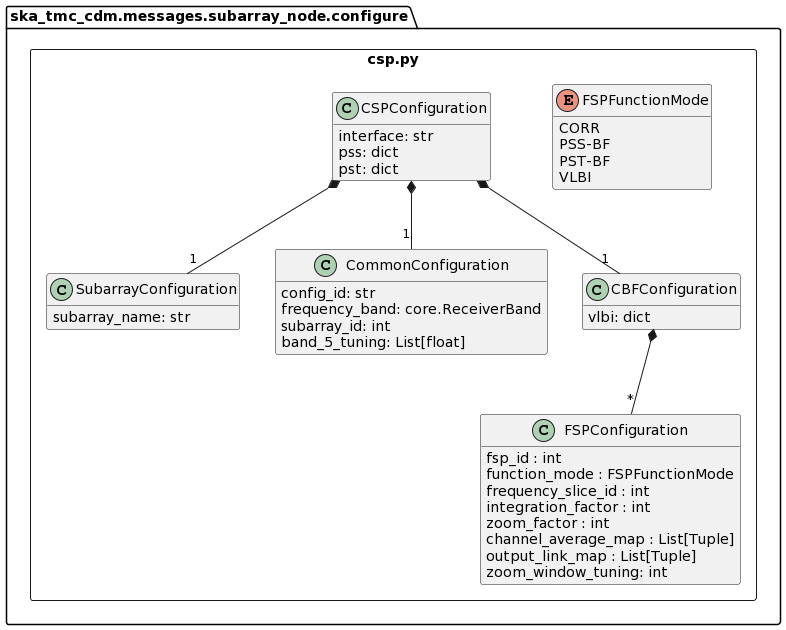
This is docs/src/developer/subarraynode/csp.png from ska-telescope/cdm-shared-library, a PlantUML export, as it was before one commit.
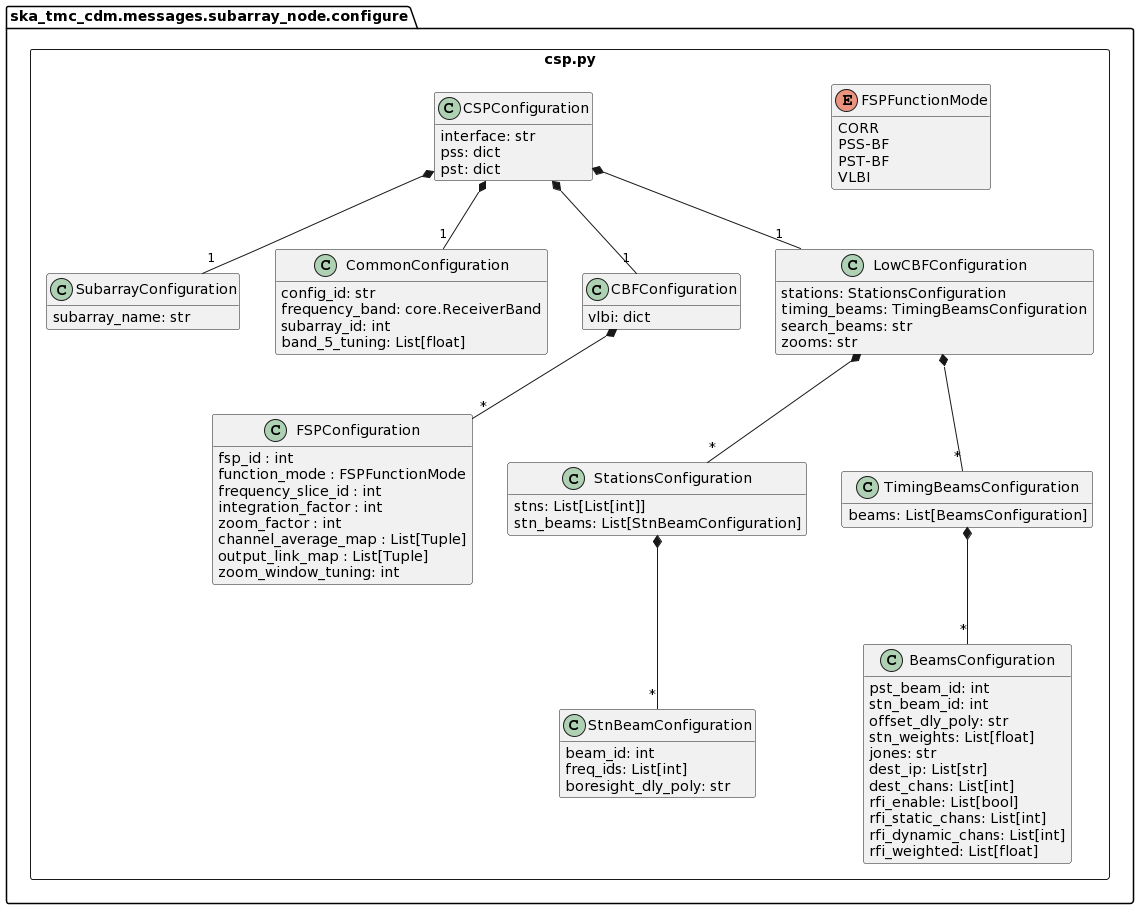
The same file after the commit.

Commit message:
NAK-296:Added schema class changes with test cases

Change to the diagram source:
```diff
@@ -59,6 +59,43 @@
 	        pst: dict
 
 		}
+
+		class LowCBFConfiguration {
+			stations: StationsConfiguration
+			timing_beams: TimingBeamsConfiguration
+			search_beams: str
+			zooms: str
+		}
+
+		class StationsConfiguration {
+			stns: List[List[int]]
+        	stn_beams: List[StnBeamConfiguration]
+		}
+
+		class TimingBeamsConfiguration {
+			beams: List[BeamsConfiguration]
+		}
+
+		class BeamsConfiguration {
+			pst_beam_id: int
+			stn_beam_id: int
+			offset_dly_poly: str
+			stn_weights: List[float]
+			jones: str
+			dest_ip: List[str]
+			dest_chans: List[int]
+			rfi_enable: List[bool]
+			rfi_static_chans: List[int]
+			rfi_dynamic_chans: List[int]
+			rfi_weighted: List[float]
+		}
+
+		class StnBeamConfiguration {
+			beam_id: int
+			freq_ids: List[int]
+			boresight_dly_poly: str
+		}
+
 		CBFConfiguration *-- "*" FSPConfiguration
 		CBFConfiguration *-- "1" VLBIConfiguration
 		CSPConfiguration *-- "1" CommonConfiguration
@@ -66,7 +103,11 @@
 		CSPConfiguration *-- "1" CBFConfiguration
 		CSPConfiguration *-- "1" PSTConfiguration
 		CSPConfiguration *-- "1" PSSConfiguration
-
+		CSPConfiguration *-- "1" LowCBFConfiguration
+		LowCBFConfiguration *-- "*" StationsConfiguration
+		LowCBFConfiguration *-- "*" TimingBeamsConfiguration
+		TimingBeamsConfiguration *-- "*" BeamsConfiguration
+		StationsConfiguration *-- "*" StnBeamConfiguration
 	}
 }
 @enduml
```
